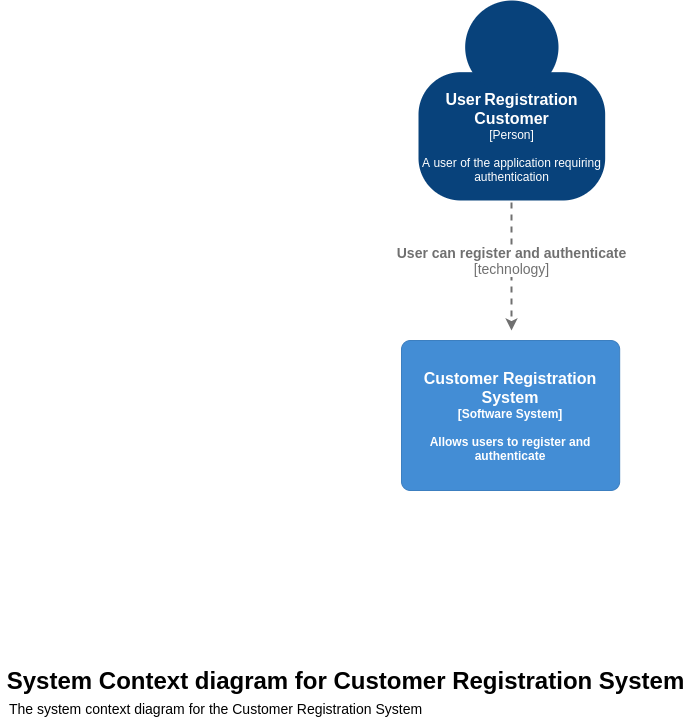
Above: system.png in andyfrith/graphql-user-auth (draw.io), before the change. Source tidied: cells renumbered, new cells last; positions are measured from the earlier drawing's top-left corner, leaving out a move shared by most shapes. The source it was exported from:
```xml
<mxGraphModel>
  <root>
    <mxCell id="0" />
    <mxCell id="1" parent="0" />
    <mxCell id="2" value="&lt;div style=&quot;text-align: left ; font-size: 14px&quot;&gt;&lt;div style=&quot;text-align: center&quot;&gt;&lt;b&gt;&lt;font style=&quot;font-size: 14px&quot;&gt;User can register and authenticate&lt;/font&gt;&lt;/b&gt;&lt;/div&gt;&lt;div style=&quot;text-align: center&quot;&gt;[technology]&lt;/div&gt;&lt;/div&gt;" style="edgeStyle=none;rounded=0;html=1;jettySize=auto;orthogonalLoop=1;strokeColor=#707070;strokeWidth=2;fontColor=#707070;jumpStyle=none;dashed=1;" parent="1" edge="1">
      <mxGeometry relative="1" as="geometry">
        <mxPoint x="511" y="190" as="sourcePoint" />
        <mxPoint x="511" y="330" as="targetPoint" />
      </mxGeometry>
    </mxCell>
    <mxCell id="3" style="group;rounded=0;labelBackgroundColor=none;fillColor=none;fontColor=#ffffff;align=center;html=1;" parent="1" vertex="1">
      <mxGeometry x="418" width="186.7" height="210" as="geometry" />
    </mxCell>
    <object id="4" label="&lt;b&gt;&lt;font style=&quot;font-size: 16px&quot;&gt;User&lt;/font&gt; &lt;font style=&quot;font-size: 16px&quot;&gt;Registration Customer&lt;/font&gt;&lt;/b&gt;&lt;br&gt;&lt;div&gt;[Person]&lt;/div&gt;&lt;div&gt;&lt;br&gt;&lt;/div&gt;&lt;div&gt;A user of the application requiring authentication&lt;/div&gt;" c4Description="Description" c4Name="name" c4Type="body" placeholders="1">
      <mxCell style="rounded=1;whiteSpace=wrap;html=1;labelBackgroundColor=none;fillColor=#08427b;fontColor=#ffffff;align=center;arcSize=33;strokeColor=3c7fc0;" parent="3" vertex="1">
        <mxGeometry y="71.7" width="186.7" height="128.3" as="geometry" />
      </mxCell>
    </object>
    <mxCell id="5" style="ellipse;whiteSpace=wrap;html=1;rounded=0;labelBackgroundColor=none;fillColor=#08427b;fontSize=12;fontColor=#ffffff;align=center;strokeColor=3c7fc0;" parent="3" vertex="1">
      <mxGeometry x="46.7" width="93.3" height="93.3" as="geometry" />
    </mxCell>
    <object id="6" label="&lt;span&gt;&lt;font style=&quot;font-size: 16px&quot;&gt;Customer Registration System&lt;/font&gt;&lt;/span&gt;&lt;br&gt;&lt;div&gt;[Software System&lt;span&gt;]&lt;/span&gt;&lt;/div&gt;&lt;div&gt;&lt;br&gt;&lt;/div&gt;&lt;div&gt;Allows users to register and authenticate&lt;/div&gt;" c4Description="Description" c4Name="name" c4Technology="technology" c4Type="Container" placeholders="1">
      <mxCell style="rounded=1;whiteSpace=wrap;html=1;labelBackgroundColor=none;fillColor=#438dd5;fontColor=#ffffff;align=center;arcSize=6;strokeColor=#3c7fc0;fontStyle=1;" parent="1" vertex="1">
        <mxGeometry x="401" y="340" width="218.2" height="150" as="geometry" />
      </mxCell>
    </object>
    <mxCell id="7" value="&lt;font size=&quot;1&quot;&gt;&lt;b style=&quot;font-size: 24px&quot;&gt;System Context diagram for Customer Registration System&lt;/b&gt;&lt;/font&gt;" style="text;html=1;align=center;verticalAlign=middle;" parent="1" vertex="1">
      <mxGeometry y="670" width="690" height="20" as="geometry" />
    </mxCell>
    <mxCell id="8" value="&lt;font size=&quot;1&quot;&gt;&lt;span style=&quot;font-size: 14px ; font-weight: normal&quot;&gt;The system context diagram for the Customer Registration System&lt;/span&gt;&lt;/font&gt;" style="text;html=1;align=center;verticalAlign=middle;fontStyle=1;" parent="1" vertex="1">
      <mxGeometry y="698" width="430" height="20" as="geometry" />
    </mxCell>
  </root>
</mxGraphModel>
```
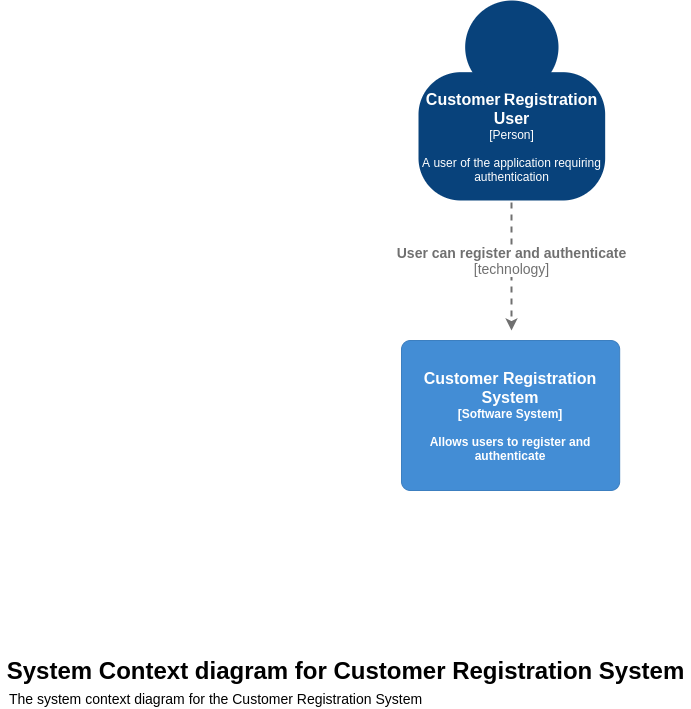
Above is the later version.

The edit, as a diff of the source:
```diff
@@ -11,7 +11,7 @@
     <mxCell id="3" style="group;rounded=0;labelBackgroundColor=none;fillColor=none;fontColor=#ffffff;align=center;html=1;" parent="1" vertex="1">
       <mxGeometry x="418" width="186.7" height="210" as="geometry" />
     </mxCell>
-    <object id="4" label="&lt;b&gt;&lt;font style=&quot;font-size: 16px&quot;&gt;User&lt;/font&gt; &lt;font style=&quot;font-size: 16px&quot;&gt;Registration Customer&lt;/font&gt;&lt;/b&gt;&lt;br&gt;&lt;div&gt;[Person]&lt;/div&gt;&lt;div&gt;&lt;br&gt;&lt;/div&gt;&lt;div&gt;A user of the application requiring authentication&lt;/div&gt;" c4Description="Description" c4Name="name" c4Type="body" placeholders="1">
+    <object id="4" label="&lt;b&gt;&lt;font style=&quot;font-size: 16px&quot;&gt;Customer&lt;/font&gt; &lt;font style=&quot;font-size: 16px&quot;&gt;Registration User&lt;/font&gt;&lt;/b&gt;&lt;br&gt;&lt;div&gt;[Person]&lt;/div&gt;&lt;div&gt;&lt;br&gt;&lt;/div&gt;&lt;div&gt;A user of the application requiring authentication&lt;/div&gt;" c4Description="Description" c4Name="name" c4Type="body" placeholders="1">
       <mxCell style="rounded=1;whiteSpace=wrap;html=1;labelBackgroundColor=none;fillColor=#08427b;fontColor=#ffffff;align=center;arcSize=33;strokeColor=3c7fc0;" parent="3" vertex="1">
         <mxGeometry y="71.7" width="186.7" height="128.3" as="geometry" />
       </mxCell>
@@ -25,10 +25,10 @@
       </mxCell>
     </object>
     <mxCell id="7" value="&lt;font size=&quot;1&quot;&gt;&lt;b style=&quot;font-size: 24px&quot;&gt;System Context diagram for Customer Registration System&lt;/b&gt;&lt;/font&gt;" style="text;html=1;align=center;verticalAlign=middle;" parent="1" vertex="1">
-      <mxGeometry y="670" width="690" height="20" as="geometry" />
+      <mxGeometry y="660" width="690" height="20" as="geometry" />
     </mxCell>
     <mxCell id="8" value="&lt;font size=&quot;1&quot;&gt;&lt;span style=&quot;font-size: 14px ; font-weight: normal&quot;&gt;The system context diagram for the Customer Registration System&lt;/span&gt;&lt;/font&gt;" style="text;html=1;align=center;verticalAlign=middle;fontStyle=1;" parent="1" vertex="1">
-      <mxGeometry y="698" width="430" height="20" as="geometry" />
+      <mxGeometry y="688" width="430" height="20" as="geometry" />
     </mxCell>
   </root>
 </mxGraphModel>
```
